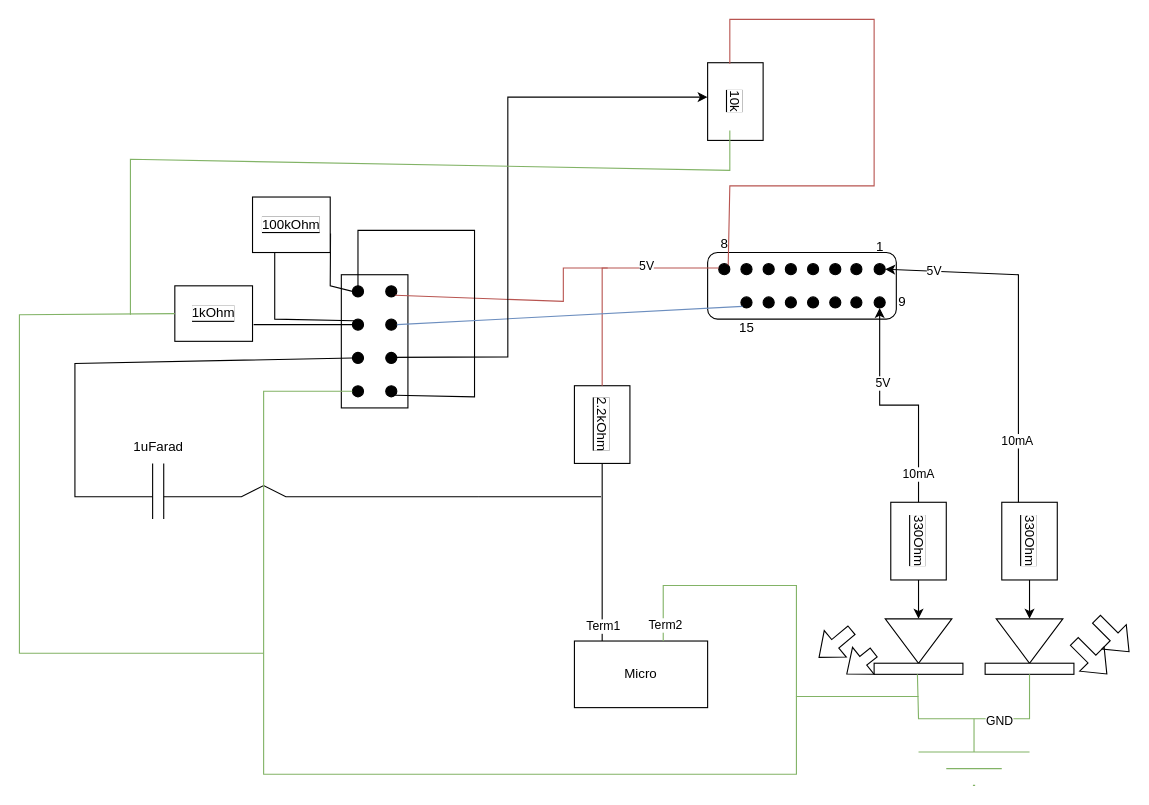
This is Diagramme sans nom.drawio from Augub57/Augub57, a draw.io file, before an edit. Source tidied: cells renumbered, new cells numbered last; positions are measured from the earlier drawing's top-left corner, leaving out a move shared by most shapes. Both pictures are drawn from the tidied source at 111%, with x=0, y=0 at pixel (19, 19).
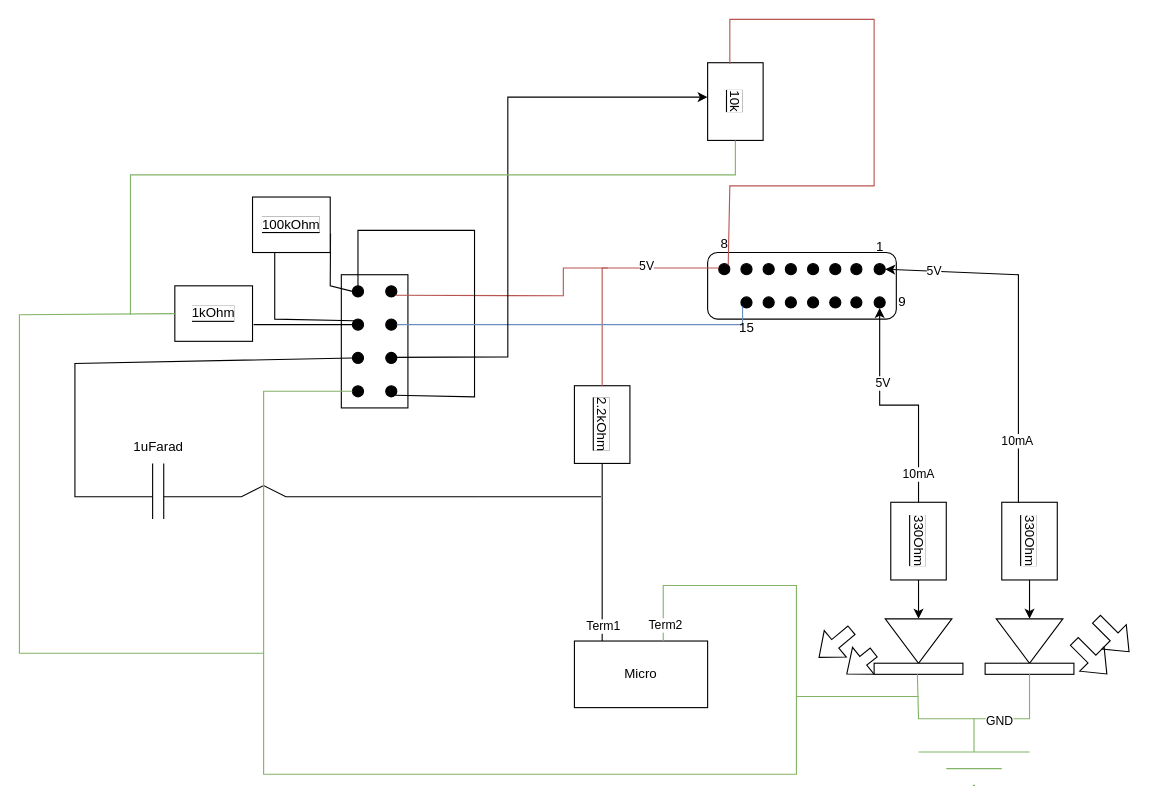
The same page after the edit.

Commit message:
Mettre à jour Diagramme sans nom.drawio

Unchanged cells that the change refers to:
```xml
<mxCell id="17" style="ellipse;whiteSpace=wrap;html=1;fillColor=#000000;strokeColor=#000000;" parent="1" vertex="1">
  <mxGeometry x="650" y="250" width="10" height="10" as="geometry" />
</mxCell>
<mxCell id="55" style="ellipse;whiteSpace=wrap;html=1;fillColor=#000000;strokeColor=#000000;" parent="1" vertex="1">
  <mxGeometry x="330" y="240" width="10" height="10" as="geometry" />
</mxCell>
<mxCell id="56" style="ellipse;whiteSpace=wrap;html=1;fillColor=#000000;strokeColor=#000000;" parent="1" vertex="1">
  <mxGeometry x="330" y="270" width="10" height="10" as="geometry" />
</mxCell>
<mxCell id="78" value="&lt;span style=&quot;background-color: rgb(255, 255, 255);&quot;&gt;10k&lt;/span&gt;" style="rounded=0;whiteSpace=wrap;html=1;labelBackgroundColor=#000000;rotation=90;" parent="1" vertex="1">
  <mxGeometry x="610" y="49" width="70" height="50" as="geometry" />
</mxCell>
```

Change to the diagram source:
```diff
@@
     <mxCell id="60" style="endArrow=none;html=1;rounded=0;exitX=1;exitY=1;exitDx=0;exitDy=0;fillColor=#f8cecc;strokeColor=#b85450;" parent="1" edge="1" source="55">
       <mxGeometry relative="1" as="geometry">
         <mxPoint x="530" y="224" as="targetPoint" />
         <Array as="points">
-          <mxPoint x="490" y="254" />
+          <mxPoint x="490" y="249" />
           <mxPoint x="490" y="224" />
         </Array>
       </mxGeometry>
     </mxCell>
@@
-    <mxCell id="72" style="endArrow=none;html=1;rounded=0;exitX=1;exitY=0.5;exitDx=0;exitDy=0;fillColor=#dae8fc;strokeColor=#6c8ebf;entryX=0;entryY=1;entryDx=0;entryDy=0;" parent="1" edge="1" source="56" target="17">
+    <mxCell id="72" style="endArrow=none;html=1;rounded=0;exitX=1;exitY=0.5;exitDx=0;exitDy=0;fillColor=#dae8fc;strokeColor=#6c8ebf;entryX=0;entryY=1;entryDx=0;entryDy=0;edgeStyle=orthogonalEdgeStyle;" parent="1" edge="1" source="56" target="17">
       <mxGeometry relative="1" as="geometry" />
     </mxCell>
@@
-    <mxCell id="80" style="endArrow=none;html=1;rounded=0;fillColor=#d5e8d4;strokeColor=#82b366;" parent="1" edge="1">
+    <mxCell id="80" style="endArrow=none;html=1;rounded=0;fillColor=#d5e8d4;strokeColor=#82b366;edgeStyle=orthogonalEdgeStyle;exitX=1;exitY=0.5;exitDx=0;exitDy=0;" parent="1" edge="1" source="78">
       <mxGeometry relative="1" as="geometry">
-        <mxPoint x="640" y="126" as="sourcePoint" />
         <mxPoint x="100" y="266" as="targetPoint" />
         <Array as="points">
-          <mxPoint x="640" y="100" />
-          <mxPoint x="640" y="136" />
-          <mxPoint x="100" y="126" />
+          <mxPoint x="645" y="140" />
+          <mxPoint x="100" y="140" />
         </Array>
       </mxGeometry>
     </mxCell>
```
